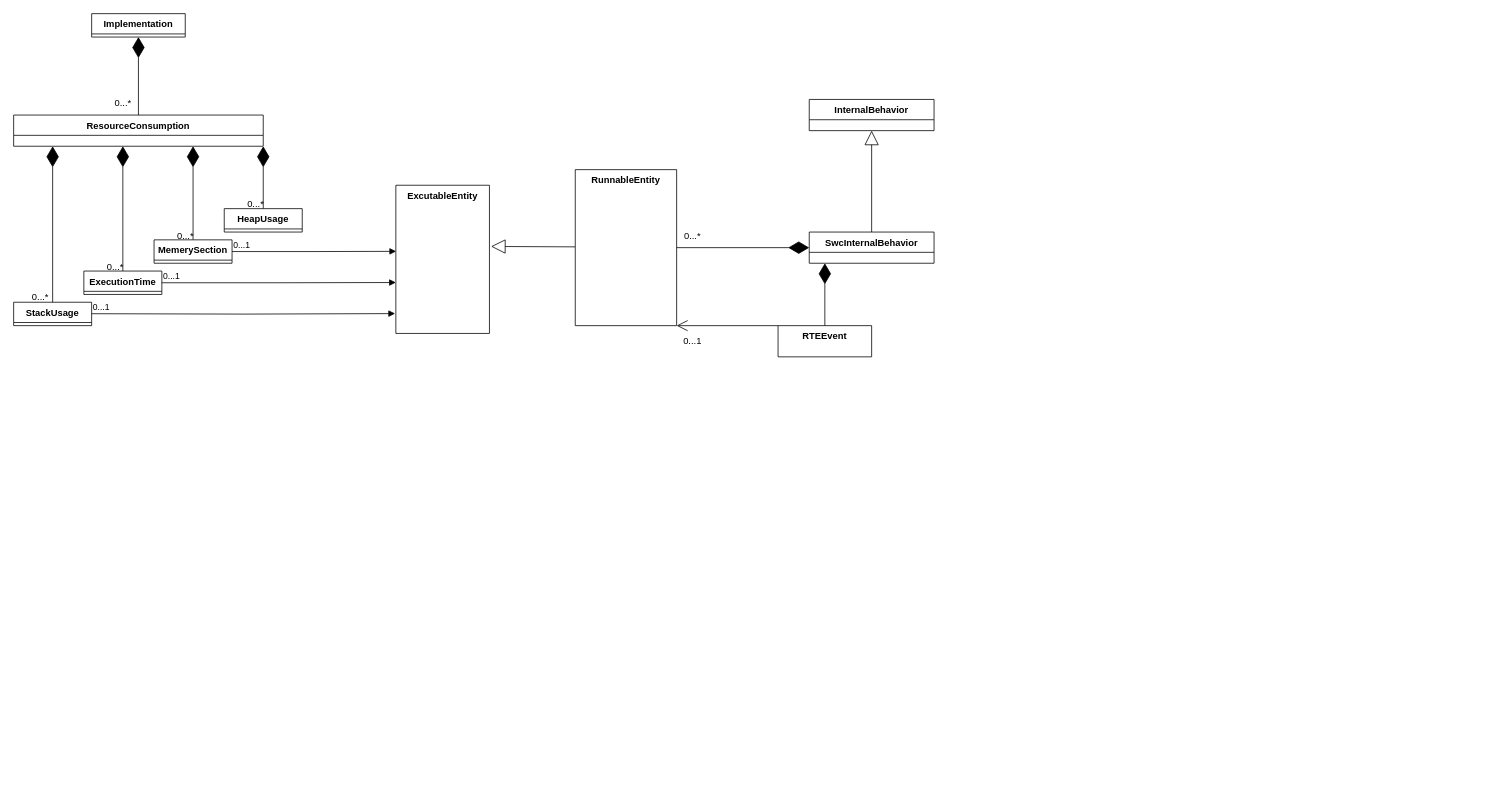
This is AutoSar_RTE_UML.drawio from fansunjia/AutoSar_RTEUML, a draw.io file, before an edit. Source tidied: cells renumbered, new cells numbered last; positions are measured from the earlier drawing's top-left corner, leaving out a move shared by most shapes. Both pictures are drawn from the tidied source at 78%, with x=0, y=0 at pixel (13, 13).
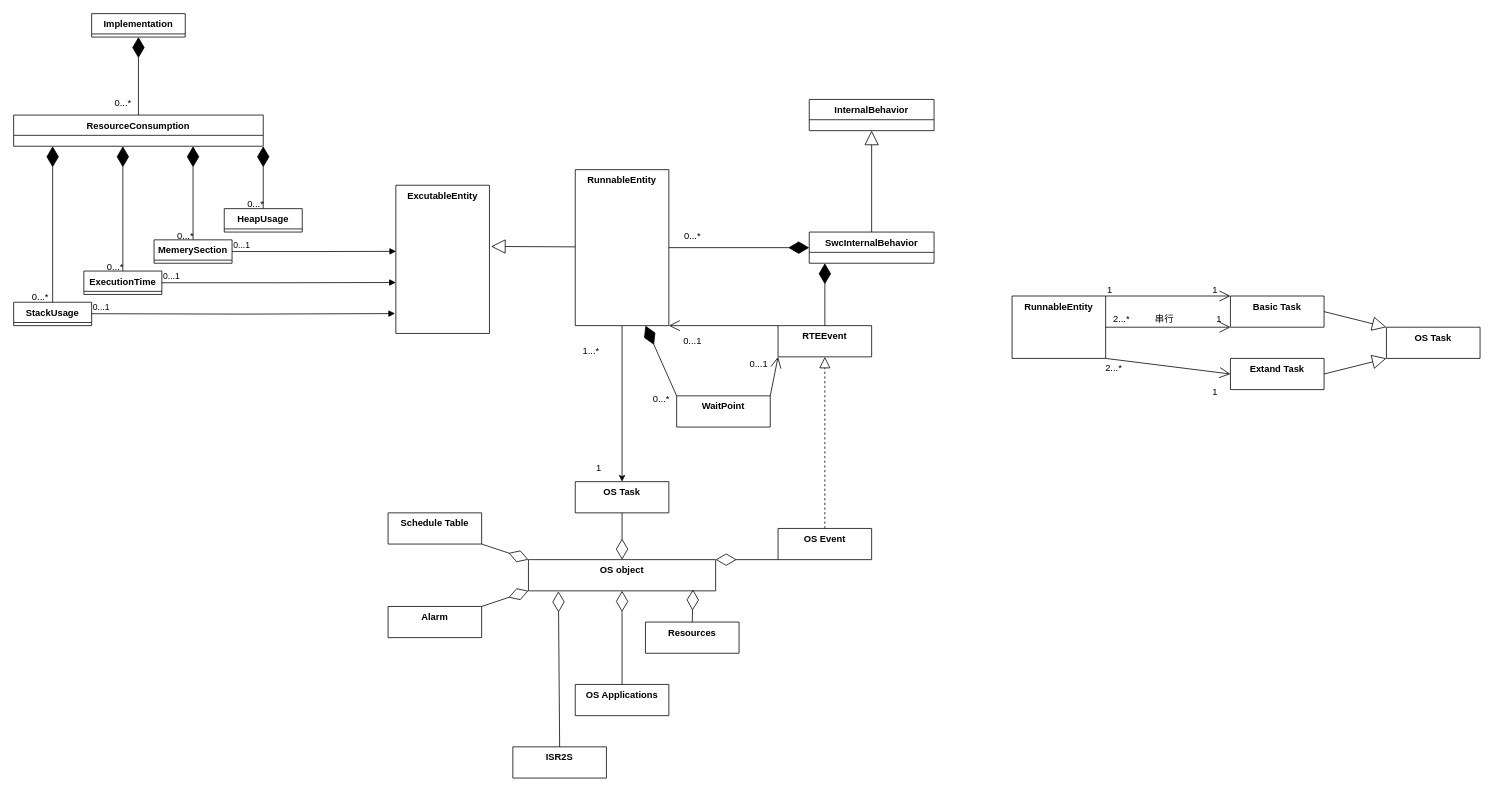
Above is the later version.

Unchanged cells that the change refers to:
```xml
<mxCell id="30" value="RTEEvent" style="swimlane;fontStyle=1;align=center;verticalAlign=top;horizontal=1;startSize=40;whiteSpace=wrap;html=1;" parent="1" vertex="1" collapsed="1">
  <mxGeometry x="980" y="400" width="120" height="40" as="geometry" />
</mxCell>
```

The edit, as a diff of the source:
```diff
@@
+    <mxCell id="38" style="edgeStyle=orthogonalEdgeStyle;rounded=0;jettySize=auto;html=1;exitX=0.5;exitY=1;exitDx=0;exitDy=0;entryX=0.5;entryY=0;entryDx=0;entryDy=0;" parent="1" edge="1" source="26" target="41">
+      <mxGeometry relative="1" as="geometry" />
+    </mxCell>
     <mxCell id="26" value="RunnableEntity" style="swimlane;fontStyle=1;align=center;verticalAlign=top;horizontal=1;startSize=200;whiteSpace=wrap;html=1;" parent="1" vertex="1" collapsed="1">
-      <mxGeometry x="720" y="200" width="130" height="200" as="geometry" />
+      <mxGeometry x="720" y="200" width="120" height="200" as="geometry" />
     </mxCell>
@@
+    <mxCell id="39" value="OS object" style="swimlane;fontStyle=1;align=center;verticalAlign=top;horizontal=1;startSize=70;whiteSpace=wrap;html=1;" parent="1" vertex="1" collapsed="1">
+      <mxGeometry x="660" y="700" width="240" height="40" as="geometry" />
+    </mxCell>
+    <mxCell id="40" value="OS Event" style="swimlane;fontStyle=1;align=center;verticalAlign=top;horizontal=1;startSize=70;whiteSpace=wrap;html=1;" parent="1" vertex="1" collapsed="1">
+      <mxGeometry x="980" y="660" width="120" height="40" as="geometry" />
+    </mxCell>
+    <mxCell id="41" value="OS Task" style="swimlane;fontStyle=1;align=center;verticalAlign=top;horizontal=1;startSize=70;whiteSpace=wrap;html=1;" parent="1" vertex="1" collapsed="1">
+      <mxGeometry x="720" y="600" width="120" height="40" as="geometry" />
+    </mxCell>
+    <mxCell id="42" value="ISR2S" style="swimlane;fontStyle=1;align=center;verticalAlign=top;horizontal=1;startSize=70;whiteSpace=wrap;html=1;" parent="1" vertex="1" collapsed="1">
+      <mxGeometry x="640" y="940" width="120" height="40" as="geometry" />
+    </mxCell>
+    <mxCell id="43" value="OS Applications" style="swimlane;fontStyle=1;align=center;verticalAlign=top;horizontal=1;startSize=70;whiteSpace=wrap;html=1;" parent="1" vertex="1" collapsed="1">
+      <mxGeometry x="720" y="860" width="120" height="40" as="geometry" />
+    </mxCell>
+    <mxCell id="44" value="Resources" style="swimlane;fontStyle=1;align=center;verticalAlign=top;horizontal=1;startSize=70;whiteSpace=wrap;html=1;" parent="1" vertex="1" collapsed="1">
+      <mxGeometry x="810" y="780" width="120" height="40" as="geometry" />
+    </mxCell>
+    <mxCell id="45" style="endArrow=diamondThin;endFill=0;endSize=24;html=1;rounded=0;exitX=0.5;exitY=1;exitDx=0;exitDy=0;entryX=0.5;entryY=0;entryDx=0;entryDy=0;" parent="1" edge="1" source="41" target="39">
+      <mxGeometry relative="1" as="geometry" />
+    </mxCell>
+    <mxCell id="46" style="endArrow=diamondThin;endFill=0;endSize=24;html=1;rounded=0;exitX=0.5;exitY=0;exitDx=0;exitDy=0;entryX=0.5;entryY=1;entryDx=0;entryDy=0;" parent="1" edge="1" source="43" target="39">
+      <mxGeometry relative="1" as="geometry" />
+    </mxCell>
+    <mxCell id="47" style="endArrow=diamondThin;endFill=0;endSize=24;html=1;rounded=0;exitX=0.5;exitY=0;exitDx=0;exitDy=0;entryX=0.879;entryY=0.956;entryDx=0;entryDy=0;entryPerimeter=0;" parent="1" edge="1" source="44" target="39">
+      <mxGeometry relative="1" as="geometry" />
+    </mxCell>
+    <mxCell id="48" style="endArrow=diamondThin;endFill=0;endSize=24;html=1;rounded=0;exitX=0.5;exitY=0;exitDx=0;exitDy=0;entryX=0.16;entryY=1.017;entryDx=0;entryDy=0;entryPerimeter=0;" parent="1" edge="1" source="42" target="39">
+      <mxGeometry relative="1" as="geometry" />
+    </mxCell>
+    <mxCell id="49" style="endArrow=diamondThin;endFill=0;endSize=24;html=1;rounded=0;exitX=0;exitY=1;exitDx=0;exitDy=0;entryX=1;entryY=0;entryDx=0;entryDy=0;" parent="1" edge="1" source="40" target="39">
+      <mxGeometry relative="1" as="geometry" />
+    </mxCell>
+    <mxCell id="50" style="endArrow=block;dashed=1;endFill=0;endSize=12;html=1;rounded=0;entryX=0.5;entryY=1;entryDx=0;entryDy=0;exitX=0.5;exitY=0;exitDx=0;exitDy=0;" parent="1" edge="1" source="40" target="30">
+      <mxGeometry relative="1" as="geometry" />
+    </mxCell>
+    <mxCell id="51" value="1...*" style="text;html=1;align=center;verticalAlign=middle;strokeColor=none;fillColor=none;" parent="1" vertex="1">
+      <mxGeometry x="720" y="418" width="40" height="30" as="geometry" />
+    </mxCell>
+    <mxCell id="52" value="OS Task" style="swimlane;fontStyle=1;align=center;verticalAlign=top;horizontal=1;startSize=70;whiteSpace=wrap;html=1;" parent="1" vertex="1" collapsed="1">
+      <mxGeometry x="1760" y="402" width="120" height="40" as="geometry" />
+    </mxCell>
+    <mxCell id="53" style="endArrow=block;endSize=16;endFill=0;html=1;rounded=0;entryX=0;entryY=0;entryDx=0;entryDy=0;exitX=1;exitY=0.5;exitDx=0;exitDy=0;" parent="1" edge="1" source="54" target="52">
+      <mxGeometry relative="1" as="geometry" />
+    </mxCell>
+    <mxCell id="54" value="Basic Task" style="swimlane;fontStyle=1;align=center;verticalAlign=top;horizontal=1;startSize=70;whiteSpace=wrap;html=1;" parent="1" vertex="1" collapsed="1">
+      <mxGeometry x="1560" y="362" width="120" height="40" as="geometry" />
+    </mxCell>
+    <mxCell id="55" value="Extand Task" style="swimlane;fontStyle=1;align=center;verticalAlign=top;horizontal=1;startSize=70;whiteSpace=wrap;html=1;" parent="1" vertex="1" collapsed="1">
+      <mxGeometry x="1560" y="442" width="120" height="40" as="geometry" />
+    </mxCell>
+    <mxCell id="56" style="endArrow=block;endSize=16;endFill=0;html=1;rounded=0;entryX=0;entryY=1;entryDx=0;entryDy=0;exitX=1;exitY=0.5;exitDx=0;exitDy=0;" parent="1" edge="1" source="55" target="52">
+      <mxGeometry relative="1" as="geometry" />
+    </mxCell>
+    <mxCell id="57" value="RunnableEntity" style="swimlane;fontStyle=1;align=center;verticalAlign=top;horizontal=1;startSize=200;whiteSpace=wrap;html=1;" parent="1" vertex="1" collapsed="1">
+      <mxGeometry x="1280" y="362" width="120" height="80" as="geometry" />
+    </mxCell>
+    <mxCell id="58" style="endArrow=open;endFill=1;endSize=12;html=1;rounded=0;exitX=1;exitY=0;exitDx=0;exitDy=0;entryX=0;entryY=0;entryDx=0;entryDy=0;" parent="1" edge="1" source="57" target="54">
+      <mxGeometry relative="1" as="geometry" />
+    </mxCell>
+    <mxCell id="59" style="endArrow=open;endFill=1;endSize=12;html=1;rounded=0;exitX=1;exitY=1;exitDx=0;exitDy=0;entryX=0;entryY=0.5;entryDx=0;entryDy=0;" parent="1" edge="1" source="57" target="55">
+      <mxGeometry relative="1" as="geometry" />
+    </mxCell>
+    <mxCell id="60" value="1" style="text;html=1;align=center;verticalAlign=middle;strokeColor=none;fillColor=none;" parent="1" vertex="1">
+      <mxGeometry x="735" y="568" width="30" height="30" as="geometry" />
+    </mxCell>
+    <mxCell id="61" value="1" style="text;html=1;align=center;verticalAlign=middle;strokeColor=none;fillColor=none;" parent="1" vertex="1">
+      <mxGeometry x="1525" y="470" width="30" height="30" as="geometry" />
+    </mxCell>
+    <mxCell id="62" value="1" style="text;html=1;align=center;verticalAlign=middle;strokeColor=none;fillColor=none;" parent="1" vertex="1">
+      <mxGeometry x="1525" y="340" width="30" height="30" as="geometry" />
+    </mxCell>
+    <mxCell id="63" value="2...*" style="text;html=1;align=center;verticalAlign=middle;strokeColor=none;fillColor=none;" parent="1" vertex="1">
+      <mxGeometry x="1390" y="440" width="40" height="30" as="geometry" />
+    </mxCell>
+    <mxCell id="64" value="Alarm" style="swimlane;fontStyle=1;align=center;verticalAlign=top;horizontal=1;startSize=70;whiteSpace=wrap;html=1;" parent="1" vertex="1" collapsed="1">
+      <mxGeometry x="480" y="760" width="120" height="40" as="geometry" />
+    </mxCell>
+    <mxCell id="65" value="Schedule Table" style="swimlane;fontStyle=1;align=center;verticalAlign=top;horizontal=1;startSize=70;whiteSpace=wrap;html=1;" parent="1" vertex="1" collapsed="1">
+      <mxGeometry x="480" y="640" width="120" height="40" as="geometry" />
+    </mxCell>
+    <mxCell id="66" style="endArrow=diamondThin;endFill=0;endSize=24;html=1;rounded=0;exitX=1;exitY=1;exitDx=0;exitDy=0;entryX=0;entryY=0;entryDx=0;entryDy=0;" parent="1" edge="1" source="65" target="39">
+      <mxGeometry relative="1" as="geometry" />
+    </mxCell>
+    <mxCell id="67" style="endArrow=diamondThin;endFill=0;endSize=24;html=1;rounded=0;exitX=1;exitY=0;exitDx=0;exitDy=0;entryX=0;entryY=1;entryDx=0;entryDy=0;" parent="1" edge="1" source="64" target="39">
+      <mxGeometry relative="1" as="geometry" />
+    </mxCell>
+    <mxCell id="68" value="WaitPoint" style="swimlane;fontStyle=1;align=center;verticalAlign=top;horizontal=1;startSize=40;whiteSpace=wrap;html=1;" parent="1" vertex="1" collapsed="1">
+      <mxGeometry x="850" y="490" width="120" height="40" as="geometry" />
+    </mxCell>
+    <mxCell id="69" style="edgeStyle=orthogonalEdgeStyle;rounded=0;orthogonalLoop=1;jettySize=auto;html=1;exitX=0.5;exitY=1;exitDx=0;exitDy=0;" parent="1" edge="1" source="68" target="68">
+      <mxGeometry relative="1" as="geometry" />
+    </mxCell>
+    <mxCell id="70" style="endArrow=diamondThin;endFill=1;endSize=24;html=1;rounded=0;entryX=0.75;entryY=1;entryDx=0;entryDy=0;" parent="1" edge="1" target="26">
+      <mxGeometry relative="1" as="geometry">
+        <mxPoint x="850" y="490" as="sourcePoint" />
+      </mxGeometry>
+    </mxCell>
+    <mxCell id="71" value="0...*" style="text;html=1;align=center;verticalAlign=middle;strokeColor=none;fillColor=none;" parent="1" vertex="1">
+      <mxGeometry x="810" y="480" width="40" height="30" as="geometry" />
+    </mxCell>
+    <mxCell id="72" style="endArrow=open;endFill=1;endSize=12;html=1;rounded=0;exitX=1;exitY=0;exitDx=0;exitDy=0;entryX=0;entryY=1;entryDx=0;entryDy=0;" parent="1" edge="1" source="68" target="30">
+      <mxGeometry relative="1" as="geometry" />
+    </mxCell>
+    <mxCell id="73" value="0...1" style="text;html=1;align=center;verticalAlign=middle;strokeColor=none;fillColor=none;" parent="1" vertex="1">
+      <mxGeometry x="930" y="435" width="50" height="30" as="geometry" />
+    </mxCell>
+    <mxCell id="74" style="endArrow=open;endFill=1;endSize=12;html=1;rounded=0;exitX=1;exitY=0.5;exitDx=0;exitDy=0;entryX=0;entryY=1;entryDx=0;entryDy=0;" parent="1" edge="1" source="57" target="54">
+      <mxGeometry relative="1" as="geometry" />
+    </mxCell>
+    <mxCell id="75" value="1" style="text;html=1;align=center;verticalAlign=middle;strokeColor=none;fillColor=none;" parent="1" vertex="1">
+      <mxGeometry x="1390" y="340" width="30" height="30" as="geometry" />
+    </mxCell>
+    <mxCell id="76" value="1" style="text;html=1;align=center;verticalAlign=middle;strokeColor=none;fillColor=none;" parent="1" vertex="1">
+      <mxGeometry x="1530" y="377" width="30" height="30" as="geometry" />
+    </mxCell>
+    <mxCell id="77" value="2...*" style="text;html=1;align=center;verticalAlign=middle;strokeColor=none;fillColor=none;" parent="1" vertex="1">
+      <mxGeometry x="1400" y="377" width="40" height="30" as="geometry" />
+    </mxCell>
+    <mxCell id="78" value="串行" style="text;html=1;align=center;verticalAlign=middle;strokeColor=none;fillColor=none;" parent="1" vertex="1">
+      <mxGeometry x="1450" y="377" width="50" height="30" as="geometry" />
+    </mxCell>
```
